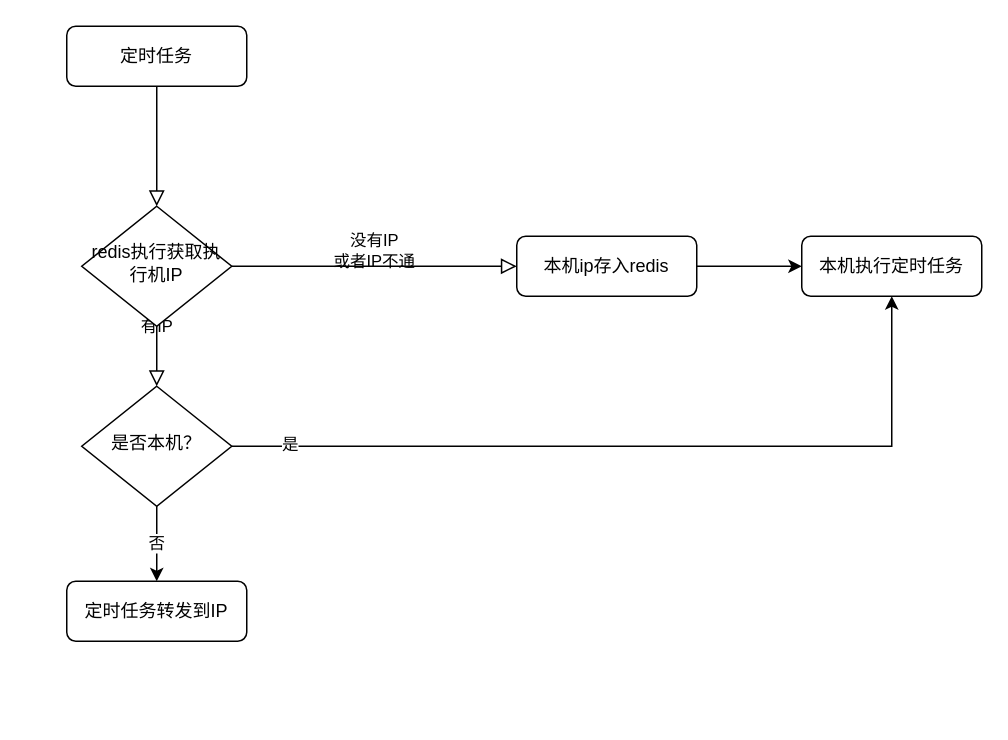
This is 未命名绘图.drawio from hugoTQ/books, a draw.io file, before an edit. Source tidied: cells renumbered, new cells numbered last; positions are measured from the earlier drawing's top-left corner, leaving out a move shared by most shapes. Both pictures are drawn from the tidied source at 150%, with x=0, y=0 at pixel (66, 26).
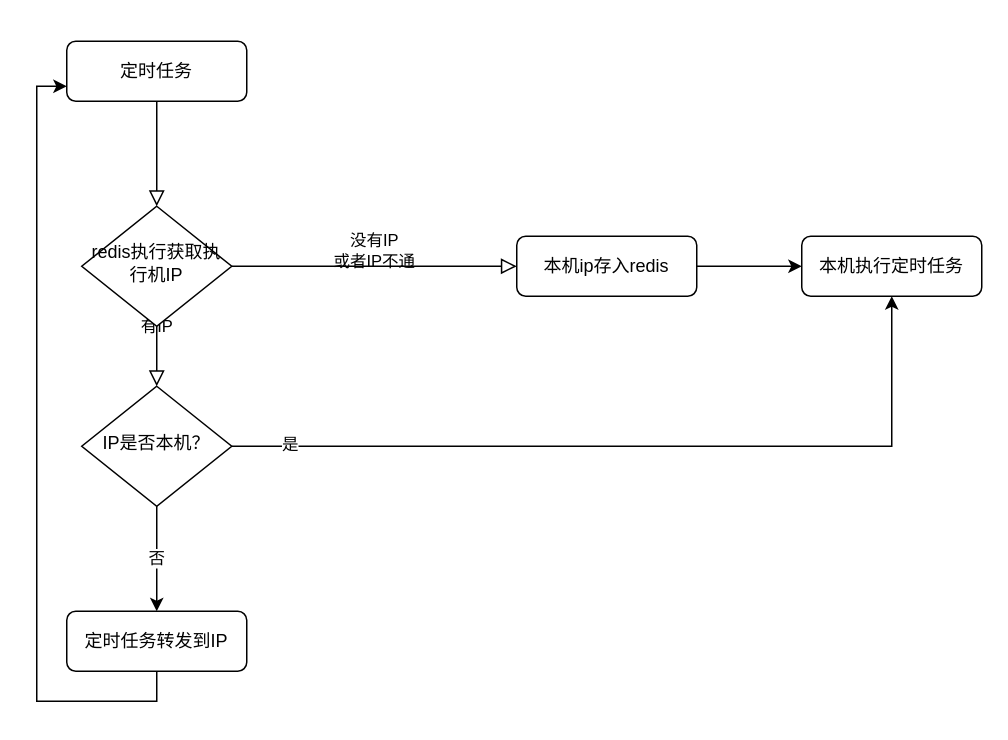
The same page after the edit.

Commit message:
更新未命名绘图.drawio

Change to the diagram source:
```diff
@@
 <mxGraphModel>
   <root>
     <mxCell id="0" />
     <mxCell id="1" parent="0" />
     <mxCell id="2" style="rounded=0;html=1;jettySize=auto;fontSize=11;endArrow=block;endFill=0;endSize=8;strokeWidth=1;shadow=0;labelBackgroundColor=none;edgeStyle=orthogonalEdgeStyle;" parent="1" edge="1" source="3" target="6">
       <mxGeometry relative="1" as="geometry" />
     </mxCell>
     <mxCell id="3" value="定时任务" style="rounded=1;whiteSpace=wrap;html=1;fontSize=12;glass=0;strokeWidth=1;shadow=0;" parent="1" vertex="1">
-      <mxGeometry width="120" height="40" as="geometry" />
+      <mxGeometry y="10" width="120" height="40" as="geometry" />
     </mxCell>
     <mxCell id="4" value="有IP" style="rounded=0;html=1;jettySize=auto;fontSize=11;endArrow=block;endFill=0;endSize=8;strokeWidth=1;shadow=0;labelBackgroundColor=none;edgeStyle=orthogonalEdgeStyle;" parent="1" edge="1" source="6">
       <mxGeometry y="20" relative="1" as="geometry">
         <mxPoint x="60" y="240" as="targetPoint" />
       </mxGeometry>
     </mxCell>
     <mxCell id="5" value="没有IP&lt;br&gt;或者IP不通" style="edgeStyle=orthogonalEdgeStyle;rounded=0;html=1;jettySize=auto;fontSize=11;endArrow=block;endFill=0;endSize=8;strokeWidth=1;shadow=0;labelBackgroundColor=none;" parent="1" edge="1" source="6" target="8">
       <mxGeometry y="10" relative="1" as="geometry" />
     </mxCell>
     <mxCell id="6" value="redis执行获取执行机IP" style="rhombus;whiteSpace=wrap;html=1;shadow=0;fontFamily=Helvetica;fontSize=12;align=center;strokeWidth=1;spacing=6;spacingTop=-4;" parent="1" vertex="1">
       <mxGeometry x="10" y="120" width="100" height="80" as="geometry" />
     </mxCell>
     <mxCell id="7" style="edgeStyle=orthogonalEdgeStyle;rounded=0;jettySize=auto;html=1;exitX=1;exitY=0.5;exitDx=0;exitDy=0;" parent="1" edge="1" source="8" target="9">
       <mxGeometry relative="1" as="geometry" />
     </mxCell>
     <mxCell id="8" value="本机ip存入redis" style="rounded=1;whiteSpace=wrap;html=1;fontSize=12;glass=0;strokeWidth=1;shadow=0;" parent="1" vertex="1">
       <mxGeometry x="300" y="140" width="120" height="40" as="geometry" />
     </mxCell>
     <mxCell id="9" value="本机执行定时任务" style="rounded=1;whiteSpace=wrap;html=1;fontSize=12;glass=0;strokeWidth=1;shadow=0;" parent="1" vertex="1">
       <mxGeometry x="490" y="140" width="120" height="40" as="geometry" />
     </mxCell>
+    <mxCell id="15" style="edgeStyle=orthogonalEdgeStyle;rounded=0;jettySize=auto;html=1;exitX=0.5;exitY=1;exitDx=0;exitDy=0;entryX=0;entryY=0.75;entryDx=0;entryDy=0;" parent="1" edge="1" source="10" target="3">
+      <mxGeometry relative="1" as="geometry" />
+    </mxCell>
     <mxCell id="10" value="定时任务转发到IP" style="rounded=1;whiteSpace=wrap;html=1;fontSize=12;glass=0;strokeWidth=1;shadow=0;" parent="1" vertex="1">
-      <mxGeometry y="370" width="120" height="40" as="geometry" />
+      <mxGeometry y="390" width="120" height="40" as="geometry" />
     </mxCell>
     <mxCell id="11" value="否" style="edgeStyle=orthogonalEdgeStyle;rounded=0;jettySize=auto;html=1;exitX=0.5;exitY=1;exitDx=0;exitDy=0;entryX=0.5;entryY=0;entryDx=0;entryDy=0;" parent="1" edge="1" source="14" target="10">
       <mxGeometry relative="1" as="geometry" />
     </mxCell>
     <mxCell id="12" style="edgeStyle=orthogonalEdgeStyle;rounded=0;jettySize=auto;html=1;entryX=0.5;entryY=1;entryDx=0;entryDy=0;" parent="1" edge="1" source="14" target="9">
       <mxGeometry relative="1" as="geometry" />
     </mxCell>
     <mxCell id="13" value="是" style="edgeLabel;html=1;align=center;verticalAlign=middle;" parent="12" vertex="1">
       <mxGeometry x="-0.86" y="2" relative="1" as="geometry" />
     </mxCell>
-    <mxCell id="14" value="是否本机？" style="rhombus;whiteSpace=wrap;html=1;shadow=0;fontFamily=Helvetica;fontSize=12;align=center;strokeWidth=1;spacing=6;spacingTop=-4;" parent="1" vertex="1">
+    <mxCell id="14" value="IP是否本机？" style="rhombus;whiteSpace=wrap;html=1;shadow=0;fontFamily=Helvetica;fontSize=12;align=center;strokeWidth=1;spacing=6;spacingTop=-4;" parent="1" vertex="1">
       <mxGeometry x="10" y="240" width="100" height="80" as="geometry" />
     </mxCell>
   </root>
 </mxGraphModel>
```
